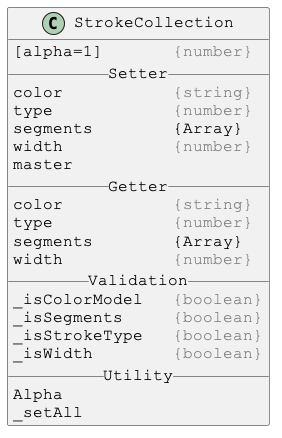
The PlantUML diagram docs/PlantUml/image/StrokeCollection.png in Justin-Byrne/canvasLab, before a commit. Its diagram source:
```plantuml
@startuml

skinparam DefaultFontSize 16
skinparam DefaultFontName Courier New

class StrokeCollection {
[alpha=1]       <color:gray>{number}</color>
__ Setter __
color           <color:gray>{string}</color>
type            <color:gray>{number}</color>
segments        {Array}
width           <color:gray>{number}</color>
master
__ Getter __
color           <color:gray>{string}</color>
type            <color:gray>{number}</color>
segments        {Array}
width           <color:gray>{number}</color>
__ Validation __
_isColorModel   <color:gray>{boolean}</color>
_isSegments     <color:gray>{boolean}</color>
_isStrokeType   <color:gray>{boolean}</color>
_isWidth        <color:gray>{boolean}</color>
__ Utility __
Alpha
_setAll
}

@enduml
```
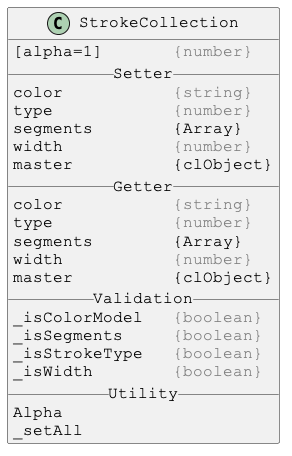
Above is the later version.

Change to the diagram source:
```diff
@@ -10,12 +10,13 @@
 type            <color:gray>{number}</color>
 segments        {Array}
 width           <color:gray>{number}</color>
-master
+master          {clObject}
 __ Getter __
 color           <color:gray>{string}</color>
 type            <color:gray>{number}</color>
 segments        {Array}
 width           <color:gray>{number}</color>
+master          {clObject}
 __ Validation __
 _isColorModel   <color:gray>{boolean}</color>
 _isSegments     <color:gray>{boolean}</color>
```
